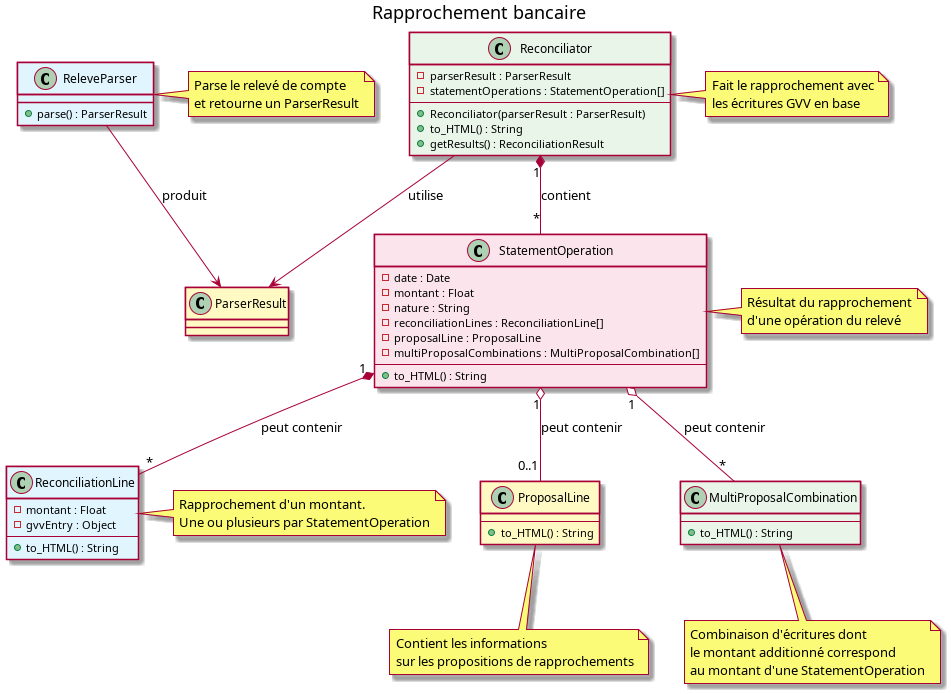
Before: doc/design_notes/reconciliation_schema.png, a diagram exported from PlantUML (flub78/gvv). Its source is kept beside it as doc/design_notes/reconciliation_schema.puml.
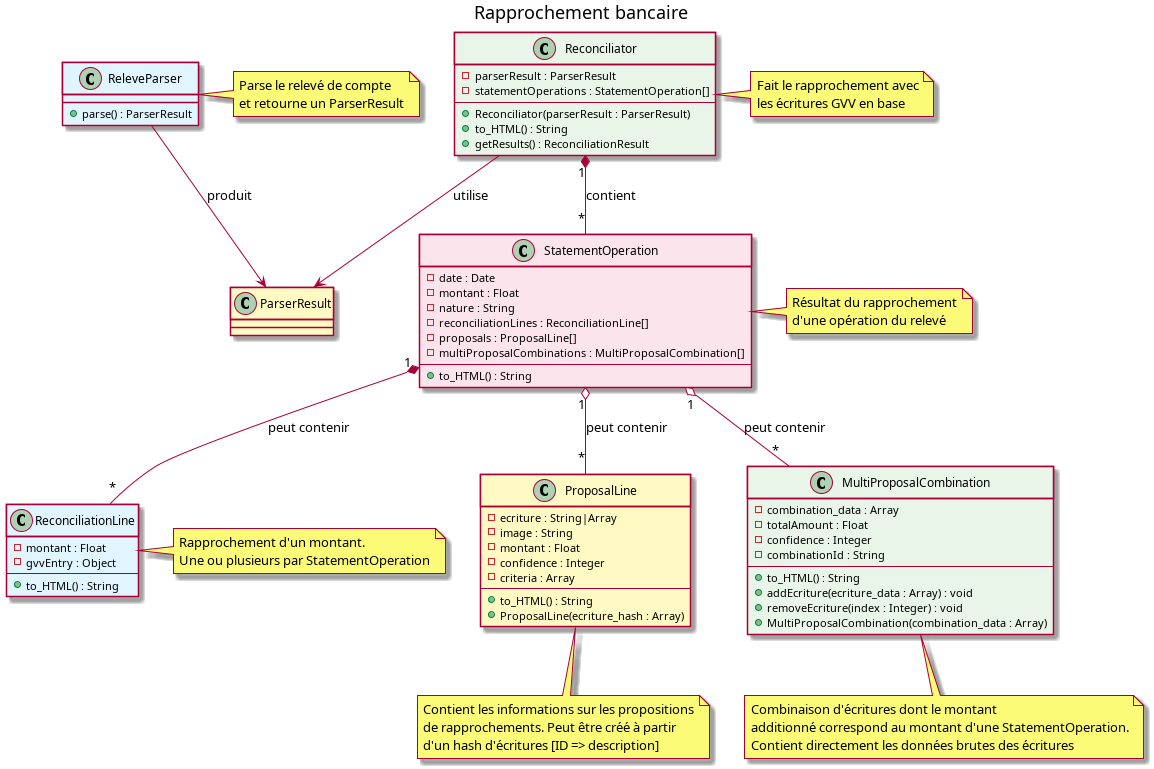
Later version of the same file.

Change to the diagram source:
```diff
@@ -28,7 +28,7 @@
     -montant : Float
     -nature : String
     -reconciliationLines : ReconciliationLine[]
-    -proposalLine : ProposalLine
+    -proposals : ProposalLine[]
     -multiProposalCombinations : MultiProposalCombination[]
     --
     +to_HTML() : String
@@ -42,27 +42,40 @@
 }
 
 class ProposalLine LIGHTYELLOW {
+    -ecriture : String|Array
+    -image : String
+    -montant : Float
+    -confidence : Integer
+    -criteria : Array
     --
     +to_HTML() : String
+    +ProposalLine(ecriture_hash : Array)
 }
 
 class MultiProposalCombination LIGHTGREEN {
+    -combination_data : Array
+    -totalAmount : Float
+    -confidence : Integer
+    -combinationId : String
     --
     +to_HTML() : String
+    +addEcriture(ecriture_data : Array) : void
+    +removeEcriture(index : Integer) : void
+    +MultiProposalCombination(combination_data : Array)
 }
 
 ReleveParser --> ParserResult : "produit"
 Reconciliator --> ParserResult : "utilise"
 Reconciliator "1" *-- "*" StatementOperation : "contient"
 StatementOperation "1" *-- "*" ReconciliationLine : "peut contenir"
-StatementOperation "1" o-- "0..1" ProposalLine : "peut contenir"
+StatementOperation "1" o-- "*" ProposalLine : "peut contenir"
 StatementOperation "1" o-- "*" MultiProposalCombination : "peut contenir"
 
 note right of ReleveParser : Parse le relevé de compte\net retourne un ParserResult
 note right of Reconciliator : Fait le rapprochement avec\nles écritures GVV en base
 note right of StatementOperation : Résultat du rapprochement\nd'une opération du relevé
 note right of ReconciliationLine : Rapprochement d'un montant.\nUne ou plusieurs par StatementOperation
-note bottom of ProposalLine : Contient les informations\nsur les propositions de rapprochements
-note bottom of MultiProposalCombination : Combinaison d'écritures dont\nle montant additionné correspond\nau montant d'une StatementOperation
+note bottom of ProposalLine : Contient les informations sur les propositions\nde rapprochements. Peut être créé à partir\nd'un hash d'écritures [ID => description]
+note bottom of MultiProposalCombination : Combinaison d'écritures dont le montant\nadditionné correspond au montant d'une StatementOperation.\nContient directement les données brutes des écritures
 
 @enduml
```
